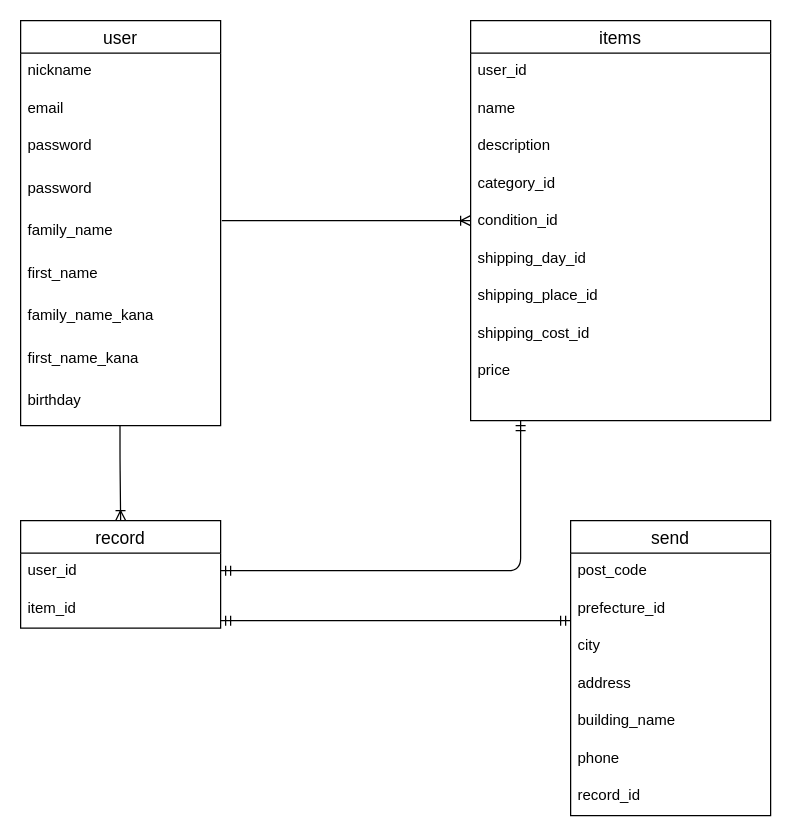
This is test.dio from naoki1022/furima-35481, a draw.io file, before an edit. Source tidied: cells renumbered, new cells numbered last; positions are measured from the earlier drawing's top-left corner, leaving out a move shared by most shapes. Both pictures are drawn from the tidied source at 125%, with x=0, y=0 at pixel (20, 20).
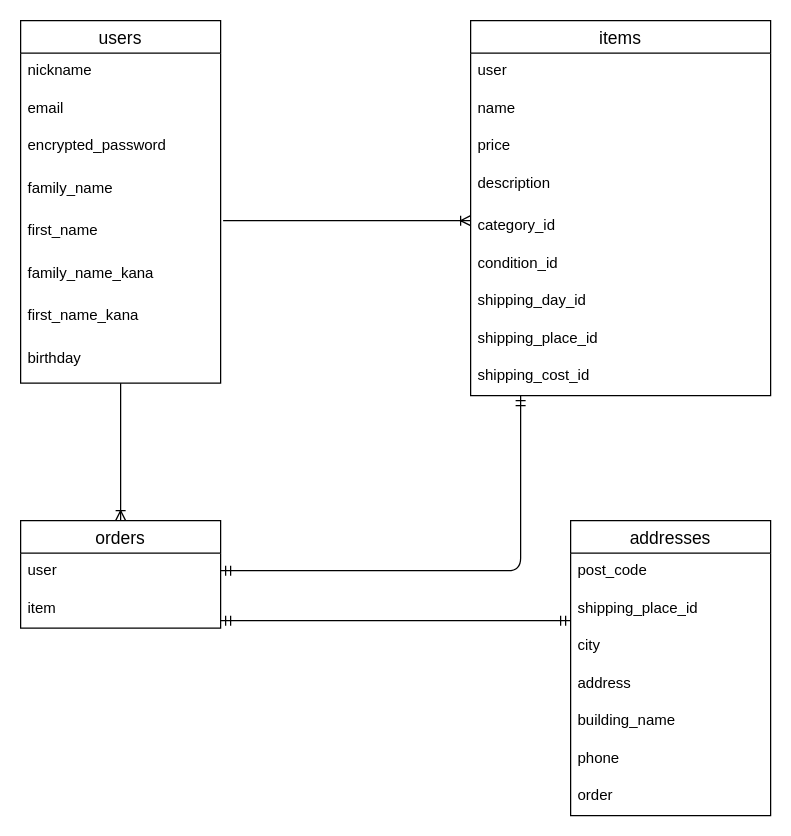
After the change.

What changed in the source:
```diff
@@
-    <mxCell id="2" value="user" style="swimlane;fontStyle=0;horizontal=1;startSize=26;align=center;fontSize=14;" parent="1" vertex="1">
-      <mxGeometry width="160" height="324" as="geometry" />
+    <mxCell id="2" value="users" style="swimlane;fontStyle=0;horizontal=1;startSize=26;align=center;fontSize=14;" parent="1" vertex="1">
+      <mxGeometry width="160" height="290" as="geometry" />
     </mxCell>
@@
-    <mxCell id="5" value="password&#10;" style="text;strokeColor=none;fillColor=none;spacingLeft=4;spacingRight=4;overflow=hidden;fontSize=12;" parent="2" vertex="1">
+    <mxCell id="5" value="encrypted_password" style="text;strokeColor=none;fillColor=none;spacingLeft=4;spacingRight=4;overflow=hidden;fontSize=12;" parent="2" vertex="1">
       <mxGeometry y="86" width="160" height="34" as="geometry" />
     </mxCell>
-    <mxCell id="6" value="password&#10;" style="text;strokeColor=none;fillColor=none;spacingLeft=4;spacingRight=4;overflow=hidden;fontSize=12;" parent="2" vertex="1">
-      <mxGeometry y="120" width="160" height="34" as="geometry" />
-    </mxCell>
     <mxCell id="7" value="family_name" style="text;strokeColor=none;fillColor=none;spacingLeft=4;spacingRight=4;overflow=hidden;points=[[0,0.5],[1,0.5]];portConstraint=eastwest;fontSize=12;" parent="2" vertex="1">
-      <mxGeometry y="154" width="160" height="34" as="geometry" />
+      <mxGeometry y="120" width="160" height="34" as="geometry" />
     </mxCell>
     <mxCell id="8" value="first_name" style="text;strokeColor=none;fillColor=none;spacingLeft=4;spacingRight=4;overflow=hidden;fontSize=12;" parent="2" vertex="1">
-      <mxGeometry y="188" width="160" height="34" as="geometry" />
+      <mxGeometry y="154" width="160" height="34" as="geometry" />
     </mxCell>
     <mxCell id="9" value="family_name_kana" style="text;strokeColor=none;fillColor=none;spacingLeft=4;spacingRight=4;overflow=hidden;fontSize=12;" parent="2" vertex="1">
-      <mxGeometry y="222" width="160" height="34" as="geometry" />
+      <mxGeometry y="188" width="160" height="34" as="geometry" />
     </mxCell>
     <mxCell id="10" value="first_name_kana " style="text;strokeColor=none;fillColor=none;spacingLeft=4;spacingRight=4;overflow=hidden;fontSize=12;" parent="2" vertex="1">
-      <mxGeometry y="256" width="160" height="34" as="geometry" />
+      <mxGeometry y="222" width="160" height="34" as="geometry" />
     </mxCell>
     <mxCell id="11" value="birthday " style="text;strokeColor=none;fillColor=none;spacingLeft=4;spacingRight=4;overflow=hidden;fontSize=12;" parent="2" vertex="1">
-      <mxGeometry y="290" width="160" height="34" as="geometry" />
+      <mxGeometry y="256" width="160" height="34" as="geometry" />
     </mxCell>
     <mxCell id="12" value="items" style="swimlane;fontStyle=0;horizontal=1;startSize=26;align=center;fontSize=14;" parent="1" vertex="1">
-      <mxGeometry x="360" width="240" height="320" as="geometry" />
+      <mxGeometry x="360" width="240" height="300" as="geometry" />
     </mxCell>
-    <mxCell id="13" value="user_id" style="text;strokeColor=none;fillColor=none;spacingLeft=4;spacingRight=4;overflow=hidden;fontSize=12;" parent="12" vertex="1">
+    <mxCell id="13" value="user" style="text;strokeColor=none;fillColor=none;spacingLeft=4;spacingRight=4;overflow=hidden;fontSize=12;" parent="12" vertex="1">
       <mxGeometry y="26" width="240" height="30" as="geometry" />
     </mxCell>
@@
-    <mxCell id="15" value="description" style="text;strokeColor=none;fillColor=none;spacingLeft=4;spacingRight=4;overflow=hidden;fontSize=12;" parent="12" vertex="1">
-      <mxGeometry y="86" width="240" height="30" as="geometry" />
-    </mxCell>
+    <mxCell id="37" value="price" style="text;strokeColor=none;fillColor=none;spacingLeft=4;spacingRight=4;overflow=hidden;fontSize=12;" parent="12" vertex="1">
+      <mxGeometry y="86" width="240" height="30" as="geometry" />
+    </mxCell>
+    <mxCell id="21" value="description" style="text;strokeColor=none;fillColor=none;spacingLeft=4;spacingRight=4;overflow=hidden;fontSize=12;" parent="12" vertex="1">
+      <mxGeometry y="116" width="240" height="34" as="geometry" />
+    </mxCell>
     <mxCell id="16" value="category_id&#10;" style="text;strokeColor=none;fillColor=none;spacingLeft=4;spacingRight=4;overflow=hidden;fontSize=12;" parent="12" vertex="1">
-      <mxGeometry y="116" width="240" height="30" as="geometry" />
+      <mxGeometry y="150" width="240" height="30" as="geometry" />
     </mxCell>
     <mxCell id="17" value="condition_id&#10;" style="text;strokeColor=none;fillColor=none;spacingLeft=4;spacingRight=4;overflow=hidden;fontSize=12;" parent="12" vertex="1">
-      <mxGeometry y="146" width="240" height="30" as="geometry" />
+      <mxGeometry y="180" width="240" height="30" as="geometry" />
     </mxCell>
     <mxCell id="18" value="shipping_day_id" style="text;strokeColor=none;fillColor=none;spacingLeft=4;spacingRight=4;overflow=hidden;fontSize=12;" parent="12" vertex="1">
-      <mxGeometry y="176" width="240" height="30" as="geometry" />
+      <mxGeometry y="210" width="240" height="30" as="geometry" />
     </mxCell>
     <mxCell id="19" value="shipping_place_id" style="text;strokeColor=none;fillColor=none;spacingLeft=4;spacingRight=4;overflow=hidden;fontSize=12;" parent="12" vertex="1">
-      <mxGeometry y="206" width="240" height="30" as="geometry" />
+      <mxGeometry y="240" width="240" height="30" as="geometry" />
     </mxCell>
     <mxCell id="20" value="shipping_cost_id" style="text;strokeColor=none;fillColor=none;spacingLeft=4;spacingRight=4;overflow=hidden;fontSize=12;" parent="12" vertex="1">
-      <mxGeometry y="236" width="240" height="30" as="geometry" />
+      <mxGeometry y="270" width="240" height="30" as="geometry" />
     </mxCell>
-    <mxCell id="21" value="price" style="text;strokeColor=none;fillColor=none;spacingLeft=4;spacingRight=4;overflow=hidden;fontSize=12;" parent="12" vertex="1">
-      <mxGeometry y="266" width="240" height="54" as="geometry" />
-    </mxCell>
-    <mxCell id="22" value="send" style="swimlane;fontStyle=0;horizontal=1;startSize=26;align=center;fontSize=14;" parent="1" vertex="1">
+    <mxCell id="22" value="addresses" style="swimlane;fontStyle=0;horizontal=1;startSize=26;align=center;fontSize=14;" parent="1" vertex="1">
       <mxGeometry x="440" y="400" width="160" height="236" as="geometry" />
     </mxCell>
@@
-    <mxCell id="24" value="prefecture_id" style="text;strokeColor=none;fillColor=none;spacingLeft=4;spacingRight=4;overflow=hidden;points=[[0,0.5],[1,0.5]];portConstraint=eastwest;fontSize=12;" parent="22" vertex="1">
+    <mxCell id="24" value="shipping_place_id" style="text;strokeColor=none;fillColor=none;spacingLeft=4;spacingRight=4;overflow=hidden;points=[[0,0.5],[1,0.5]];portConstraint=eastwest;fontSize=12;" parent="22" vertex="1">
       <mxGeometry y="56" width="160" height="30" as="geometry" />
     </mxCell>
@@
-    <mxCell id="29" value="record_id" style="text;strokeColor=none;fillColor=none;spacingLeft=4;spacingRight=4;overflow=hidden;fontSize=12;" parent="22" vertex="1">
+    <mxCell id="29" value="order" style="text;strokeColor=none;fillColor=none;spacingLeft=4;spacingRight=4;overflow=hidden;fontSize=12;" parent="22" vertex="1">
       <mxGeometry y="206" width="160" height="30" as="geometry" />
     </mxCell>
-    <mxCell id="30" value="record" style="swimlane;fontStyle=0;horizontal=1;startSize=26;align=center;fontSize=14;" parent="1" vertex="1">
+    <mxCell id="30" value="orders" style="swimlane;fontStyle=0;horizontal=1;startSize=26;align=center;fontSize=14;" parent="1" vertex="1">
       <mxGeometry y="400" width="160" height="86" as="geometry" />
     </mxCell>
-    <mxCell id="31" value="user_id" style="text;strokeColor=none;fillColor=none;spacingLeft=4;spacingRight=4;overflow=hidden;fontSize=12;" parent="30" vertex="1">
+    <mxCell id="31" value="user" style="text;strokeColor=none;fillColor=none;spacingLeft=4;spacingRight=4;overflow=hidden;fontSize=12;" parent="30" vertex="1">
       <mxGeometry y="26" width="160" height="30" as="geometry" />
     </mxCell>
-    <mxCell id="32" value="item_id" style="text;strokeColor=none;fillColor=none;spacingLeft=4;spacingRight=4;overflow=hidden;fontSize=12;" parent="30" vertex="1">
+    <mxCell id="32" value="item" style="text;strokeColor=none;fillColor=none;spacingLeft=4;spacingRight=4;overflow=hidden;fontSize=12;" parent="30" vertex="1">
       <mxGeometry y="56" width="160" height="30" as="geometry" />
     </mxCell>
@@
-    <mxCell id="34" style="edgeStyle=entityRelationEdgeStyle;fontSize=12;html=1;endArrow=ERoneToMany;exitX=1.006;exitY=0.176;exitDx=0;exitDy=0;exitPerimeter=0;" parent="1" edge="1" source="7">
+    <mxCell id="34" style="edgeStyle=entityRelationEdgeStyle;fontSize=12;html=1;endArrow=ERoneToMany;" parent="1" edge="1">
       <mxGeometry relative="1" as="geometry">
+        <mxPoint x="162" y="160" as="sourcePoint" />
         <mxPoint x="360" y="160" as="targetPoint" />
       </mxGeometry>
     </mxCell>
     <mxCell id="35" style="edgeStyle=orthogonalEdgeStyle;fontSize=12;html=1;endArrow=ERoneToMany;" parent="1" edge="1">
       <mxGeometry relative="1" as="geometry">
-        <mxPoint x="79.5" y="324" as="sourcePoint" />
+        <mxPoint x="80" y="290" as="sourcePoint" />
         <mxPoint x="80" y="400" as="targetPoint" />
         <Array as="points">
-          <mxPoint x="80" y="350" />
-          <mxPoint x="80" y="350" />
+          <mxPoint x="80" y="320" />
+          <mxPoint x="80" y="320" />
         </Array>
       </mxGeometry>
     </mxCell>
     <mxCell id="36" style="fontSize=12;html=1;endArrow=ERmandOne;startArrow=ERmandOne;" parent="1" edge="1">
       <mxGeometry relative="1" as="geometry">
         <mxPoint x="160" y="440" as="sourcePoint" />
-        <mxPoint x="400" y="320" as="targetPoint" />
+        <mxPoint x="400" y="300" as="targetPoint" />
         <Array as="points">
           <mxPoint x="400" y="440" />
         </Array>
       </mxGeometry>
     </mxCell>
```
